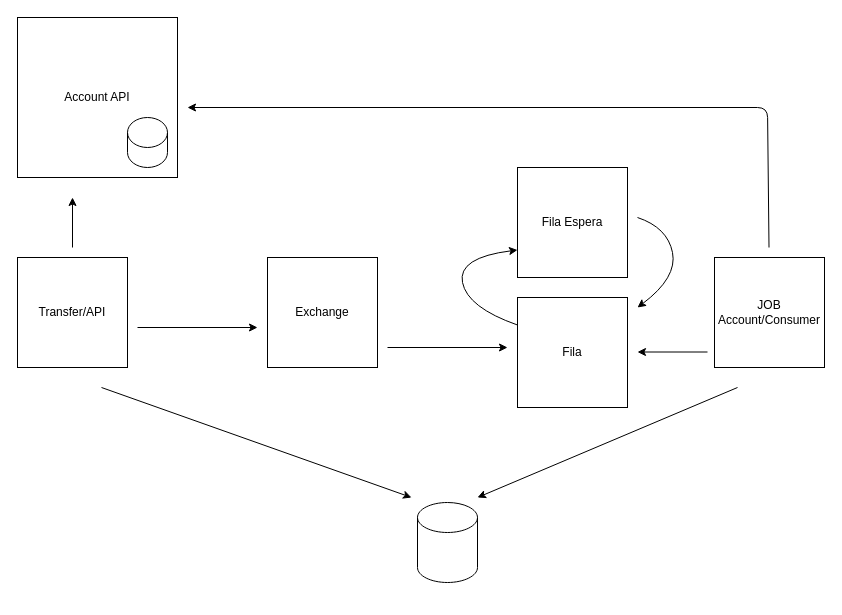
davydsonsantana/Acesso.Bank keeps this draw.io diagram as diagram.drawio. Above is the earlier version. Source tidied: cells renumbered, new cells numbered last; positions are measured from the earlier drawing's top-left corner, leaving out a move shared by most shapes. Both pictures are drawn from the tidied source at 100%, with x=0, y=0 at pixel (17, 17).
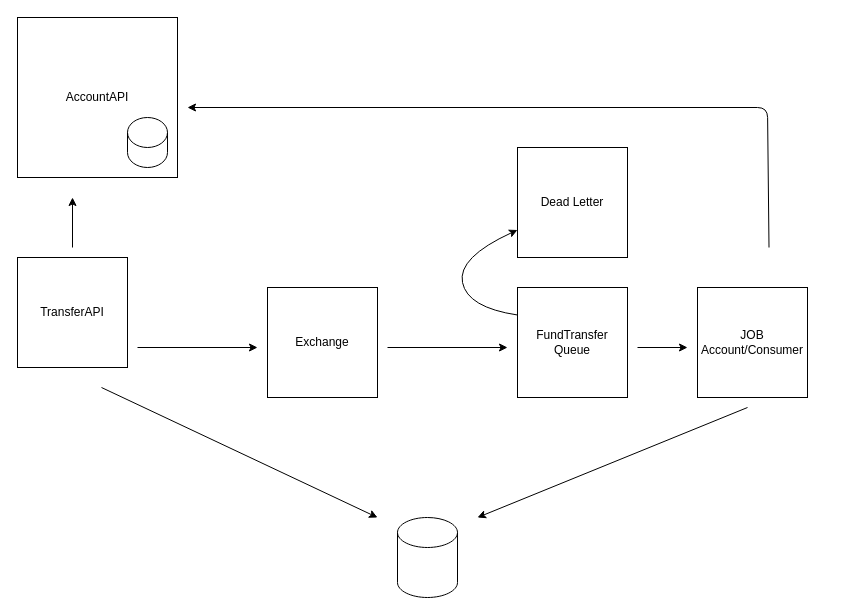
The same page after the edit.

Diff of the diagram source:
```diff
@@
-    <mxCell id="2" value="Transfer/API" style="whiteSpace=wrap;html=1;" parent="1" vertex="1">
+    <mxCell id="2" value="TransferAPI" style="whiteSpace=wrap;html=1;" parent="1" vertex="1">
       <mxGeometry y="240" width="110" height="110" as="geometry" />
     </mxCell>
     <mxCell id="3" value="Exchange" style="whiteSpace=wrap;html=1;" parent="1" vertex="1">
-      <mxGeometry x="250" y="240" width="110" height="110" as="geometry" />
+      <mxGeometry x="250" y="270" width="110" height="110" as="geometry" />
     </mxCell>
     <mxCell id="4" style="endArrow=classic;html=1;" parent="1" edge="1">
       <mxGeometry relative="1" as="geometry">
-        <mxPoint x="120" y="310" as="sourcePoint" />
-        <mxPoint x="240" y="310" as="targetPoint" />
+        <mxPoint x="120" y="330" as="sourcePoint" />
+        <mxPoint x="240" y="330" as="targetPoint" />
       </mxGeometry>
     </mxCell>
-    <mxCell id="5" value="Fila" style="whiteSpace=wrap;html=1;" parent="1" vertex="1">
-      <mxGeometry x="500" y="280" width="110" height="110" as="geometry" />
+    <mxCell id="5" value="FundTransfer&lt;br&gt;Queue" style="whiteSpace=wrap;html=1;" parent="1" vertex="1">
+      <mxGeometry x="500" y="270" width="110" height="110" as="geometry" />
     </mxCell>
@@
-    <mxCell id="7" value="Account API" style="whiteSpace=wrap;html=1;" parent="1" vertex="1">
+    <mxCell id="7" value="AccountAPI" style="whiteSpace=wrap;html=1;" parent="1" vertex="1">
       <mxGeometry width="160" height="160" as="geometry" />
     </mxCell>
     <mxCell id="8" value="JOB&lt;br&gt;Account/Consumer" style="whiteSpace=wrap;html=1;" parent="1" vertex="1">
-      <mxGeometry x="697" y="240" width="110" height="110" as="geometry" />
+      <mxGeometry x="680" y="270" width="110" height="110" as="geometry" />
     </mxCell>
     <mxCell id="9" style="endArrow=classic;html=1;" parent="1" edge="1">
       <mxGeometry relative="1" as="geometry">
-        <mxPoint x="690" y="334.5" as="sourcePoint" />
-        <mxPoint x="620" y="334.5" as="targetPoint" />
+        <mxPoint x="620" y="330" as="sourcePoint" />
+        <mxPoint x="670" y="330" as="targetPoint" />
       </mxGeometry>
     </mxCell>
@@
     <mxCell id="11" style="shape=cylinder3;whiteSpace=wrap;html=1;boundedLbl=1;backgroundOutline=1;size=15;" parent="1" vertex="1">
-      <mxGeometry x="400" y="485" width="60" height="80" as="geometry" />
+      <mxGeometry x="380" y="500" width="60" height="80" as="geometry" />
     </mxCell>
     <mxCell id="12" style="endArrow=classic;html=1;" parent="1" edge="1">
       <mxGeometry relative="1" as="geometry">
         <mxPoint x="84" y="370" as="sourcePoint" />
-        <mxPoint x="394" y="480" as="targetPoint" />
+        <mxPoint x="360" y="500" as="targetPoint" />
       </mxGeometry>
     </mxCell>
     <mxCell id="13" style="endArrow=classic;html=1;" parent="1" edge="1">
       <mxGeometry relative="1" as="geometry">
-        <mxPoint x="720" y="370" as="sourcePoint" />
-        <mxPoint x="460" y="480" as="targetPoint" />
+        <mxPoint x="730" y="390" as="sourcePoint" />
+        <mxPoint x="460" y="500" as="targetPoint" />
       </mxGeometry>
     </mxCell>
-    <mxCell id="14" value="Fila Espera" style="whiteSpace=wrap;html=1;" parent="1" vertex="1">
-      <mxGeometry x="500" y="150" width="110" height="110" as="geometry" />
+    <mxCell id="14" value="Dead Letter" style="whiteSpace=wrap;html=1;" parent="1" vertex="1">
+      <mxGeometry x="500" y="130" width="110" height="110" as="geometry" />
     </mxCell>
@@
-    <mxCell id="16" style="curved=1;endArrow=classic;html=1;" parent="1" edge="1">
-      <mxGeometry relative="1" as="geometry">
-        <mxPoint x="620" y="200" as="sourcePoint" />
-        <mxPoint x="620" y="290" as="targetPoint" />
-        <Array as="points">
-          <mxPoint x="650" y="210" />
-          <mxPoint x="660" y="260" />
-        </Array>
-      </mxGeometry>
-    </mxCell>
```
